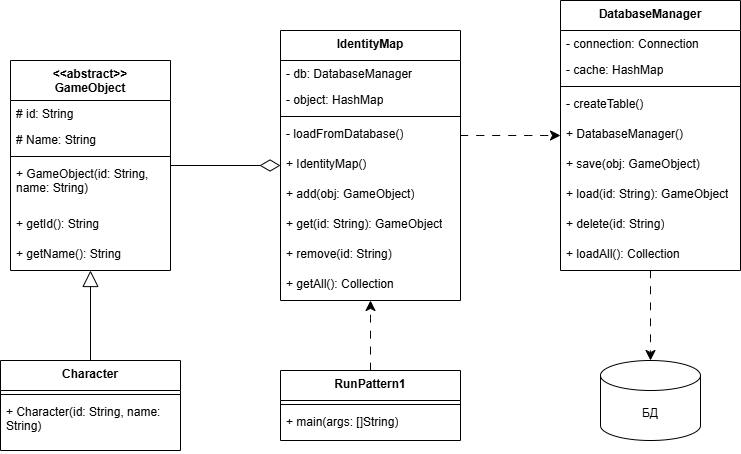
Before: lab04/коллекция_объектов.png, a diagram exported from draw.io (yakovlev20/Object-oriented-analysis-and-design-2). Source tidied: cells renumbered, new cells last; positions are measured from the earlier drawing's top-left corner, leaving out a move shared by most shapes.
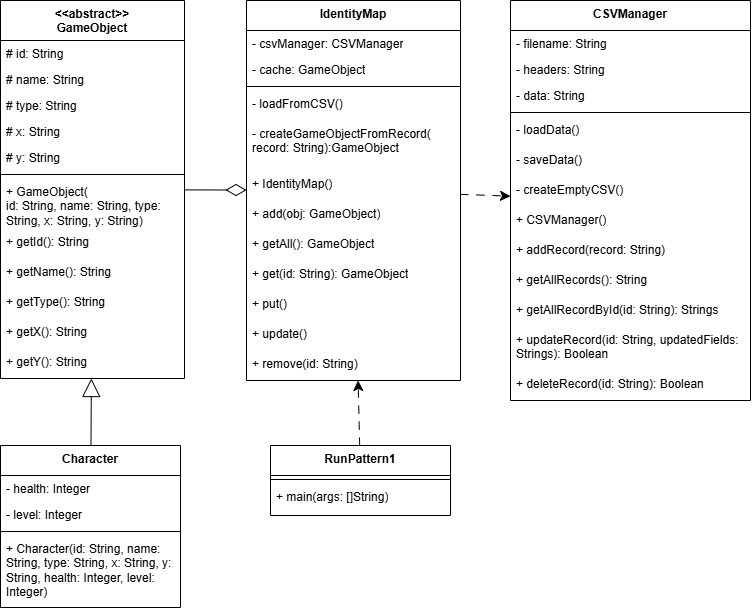
Above is the later version.

Diff of the diagram source:
```diff
@@ -6,70 +6,103 @@
       <mxGeometry relative="1" as="geometry" />
     </mxCell>
     <mxCell id="3" value="&lt;div&gt;&amp;lt;&amp;lt;abstract&amp;gt;&amp;gt;&lt;/div&gt;GameObject" style="swimlane;fontStyle=1;align=center;verticalAlign=top;horizontal=1;startSize=40;whiteSpace=wrap;html=1;" parent="1" vertex="1">
-      <mxGeometry x="10" y="60" width="160" height="210" as="geometry" />
+      <mxGeometry x="-14" y="10" width="184" height="378" as="geometry" />
     </mxCell>
     <mxCell id="4" value="# id: String" style="text;strokeColor=none;fillColor=none;align=left;verticalAlign=top;spacingLeft=4;spacingRight=4;overflow=hidden;whiteSpace=wrap;html=1;" parent="3" vertex="1">
-      <mxGeometry y="40" width="160" height="26" as="geometry" />
+      <mxGeometry y="40" width="184" height="26" as="geometry" />
     </mxCell>
-    <mxCell id="5" value="# Name: String" style="text;strokeColor=none;fillColor=none;align=left;verticalAlign=top;spacingLeft=4;spacingRight=4;overflow=hidden;whiteSpace=wrap;html=1;" parent="3" vertex="1">
-      <mxGeometry y="66" width="160" height="26" as="geometry" />
+    <mxCell id="5" value="# name: String" style="text;strokeColor=none;fillColor=none;align=left;verticalAlign=top;spacingLeft=4;spacingRight=4;overflow=hidden;whiteSpace=wrap;html=1;" parent="3" vertex="1">
+      <mxGeometry y="66" width="184" height="26" as="geometry" />
     </mxCell>
+    <mxCell id="41" value="# type: String" style="text;strokeColor=none;fillColor=none;align=left;verticalAlign=top;spacingLeft=4;spacingRight=4;overflow=hidden;whiteSpace=wrap;html=1;" parent="3" vertex="1">
+      <mxGeometry y="92" width="184" height="26" as="geometry" />
+    </mxCell>
+    <mxCell id="42" value="# x: String" style="text;strokeColor=none;fillColor=none;align=left;verticalAlign=top;spacingLeft=4;spacingRight=4;overflow=hidden;whiteSpace=wrap;html=1;" parent="3" vertex="1">
+      <mxGeometry y="118" width="184" height="26" as="geometry" />
+    </mxCell>
+    <mxCell id="43" value="# y: String" style="text;strokeColor=none;fillColor=none;align=left;verticalAlign=top;spacingLeft=4;spacingRight=4;overflow=hidden;whiteSpace=wrap;html=1;" parent="3" vertex="1">
+      <mxGeometry y="144" width="184" height="26" as="geometry" />
+    </mxCell>
     <mxCell id="6" style="line;strokeWidth=1;fillColor=none;align=left;verticalAlign=middle;spacingTop=-1;spacingLeft=3;spacingRight=3;labelPosition=right;strokeColor=inherit;" parent="3" vertex="1">
-      <mxGeometry y="92" width="160" height="8" as="geometry" />
+      <mxGeometry y="170" width="184" height="8" as="geometry" />
     </mxCell>
-    <mxCell id="7" value="+ GameObject(id: String, name: String)" style="text;strokeColor=none;fillColor=none;align=left;verticalAlign=top;spacingLeft=4;spacingRight=4;overflow=hidden;whiteSpace=wrap;html=1;" parent="3" vertex="1">
-      <mxGeometry y="100" width="160" height="50" as="geometry" />
+    <mxCell id="7" value="+ GameObject(&lt;div&gt;id: String, name: String, type: String, x: String, y: String)&lt;/div&gt;" style="text;strokeColor=none;fillColor=none;align=left;verticalAlign=top;spacingLeft=4;spacingRight=4;overflow=hidden;whiteSpace=wrap;html=1;" parent="3" vertex="1">
+      <mxGeometry y="178" width="184" height="50" as="geometry" />
     </mxCell>
     <mxCell id="8" value="+ getId(): String" style="text;strokeColor=none;fillColor=none;align=left;verticalAlign=top;spacingLeft=4;spacingRight=4;overflow=hidden;whiteSpace=wrap;html=1;" parent="3" vertex="1">
-      <mxGeometry y="150" width="160" height="30" as="geometry" />
+      <mxGeometry y="228" width="184" height="30" as="geometry" />
     </mxCell>
     <mxCell id="9" value="+ getName(): String" style="text;strokeColor=none;fillColor=none;align=left;verticalAlign=top;spacingLeft=4;spacingRight=4;overflow=hidden;whiteSpace=wrap;html=1;" parent="3" vertex="1">
-      <mxGeometry y="180" width="160" height="30" as="geometry" />
+      <mxGeometry y="258" width="184" height="30" as="geometry" />
     </mxCell>
+    <mxCell id="44" value="+ getType(): String" style="text;strokeColor=none;fillColor=none;align=left;verticalAlign=top;spacingLeft=4;spacingRight=4;overflow=hidden;whiteSpace=wrap;html=1;" parent="3" vertex="1">
+      <mxGeometry y="288" width="184" height="30" as="geometry" />
+    </mxCell>
+    <mxCell id="45" value="+ getX(): String" style="text;strokeColor=none;fillColor=none;align=left;verticalAlign=top;spacingLeft=4;spacingRight=4;overflow=hidden;whiteSpace=wrap;html=1;" parent="3" vertex="1">
+      <mxGeometry y="318" width="184" height="30" as="geometry" />
+    </mxCell>
+    <mxCell id="46" value="+ getY(): String" style="text;strokeColor=none;fillColor=none;align=left;verticalAlign=top;spacingLeft=4;spacingRight=4;overflow=hidden;whiteSpace=wrap;html=1;" parent="3" vertex="1">
+      <mxGeometry y="348" width="184" height="30" as="geometry" />
+    </mxCell>
     <mxCell id="10" value="IdentityMap" style="swimlane;fontStyle=1;align=center;verticalAlign=top;horizontal=1;startSize=30;whiteSpace=wrap;html=1;" parent="1" vertex="1">
-      <mxGeometry x="280" y="30" width="180" height="270" as="geometry" />
+      <mxGeometry x="232" y="10" width="214" height="380" as="geometry" />
     </mxCell>
-    <mxCell id="11" value="- db: DatabaseManager" style="text;strokeColor=none;fillColor=none;align=left;verticalAlign=top;spacingLeft=4;spacingRight=4;overflow=hidden;whiteSpace=wrap;html=1;" parent="10" vertex="1">
-      <mxGeometry y="30" width="180" height="26" as="geometry" />
+    <mxCell id="11" value="- csvManager: CSVManager" style="text;strokeColor=none;fillColor=none;align=left;verticalAlign=top;spacingLeft=4;spacingRight=4;overflow=hidden;whiteSpace=wrap;html=1;" parent="10" vertex="1">
+      <mxGeometry y="30" width="214" height="26" as="geometry" />
     </mxCell>
-    <mxCell id="12" value="- object: HashMap" style="text;strokeColor=none;fillColor=none;align=left;verticalAlign=top;spacingLeft=4;spacingRight=4;overflow=hidden;whiteSpace=wrap;html=1;" parent="10" vertex="1">
-      <mxGeometry y="56" width="180" height="26" as="geometry" />
+    <mxCell id="12" value="- cache: GameObject" style="text;strokeColor=none;fillColor=none;align=left;verticalAlign=top;spacingLeft=4;spacingRight=4;overflow=hidden;whiteSpace=wrap;html=1;" parent="10" vertex="1">
+      <mxGeometry y="56" width="214" height="26" as="geometry" />
     </mxCell>
     <mxCell id="13" style="line;strokeWidth=1;fillColor=none;align=left;verticalAlign=middle;spacingTop=-1;spacingLeft=3;spacingRight=3;labelPosition=right;strokeColor=inherit;" parent="10" vertex="1">
-      <mxGeometry y="82" width="180" height="8" as="geometry" />
+      <mxGeometry y="82" width="214" height="8" as="geometry" />
     </mxCell>
-    <mxCell id="14" value="- loadFromDatabase()" style="text;strokeColor=none;fillColor=none;align=left;verticalAlign=top;spacingLeft=4;spacingRight=4;overflow=hidden;points=[[0,0.5],[1,0.5]];portConstraint=eastwest;whiteSpace=wrap;html=1;" parent="10" vertex="1">
-      <mxGeometry y="90" width="180" height="30" as="geometry" />
+    <mxCell id="14" value="- loadFromCSV()" style="text;strokeColor=none;fillColor=none;align=left;verticalAlign=top;spacingLeft=4;spacingRight=4;overflow=hidden;points=[[0,0.5],[1,0.5]];portConstraint=eastwest;whiteSpace=wrap;html=1;" parent="10" vertex="1">
+      <mxGeometry y="90" width="214" height="30" as="geometry" />
     </mxCell>
+    <mxCell id="18" value="- createGameObjectFromRecord( record: String):GameObject" style="text;strokeColor=none;fillColor=none;align=left;verticalAlign=top;spacingLeft=4;spacingRight=4;overflow=hidden;whiteSpace=wrap;html=1;" parent="10" vertex="1">
+      <mxGeometry y="120" width="214" height="50" as="geometry" />
+    </mxCell>
     <mxCell id="15" value="+ IdentityMap()" style="text;strokeColor=none;fillColor=none;align=left;verticalAlign=top;spacingLeft=4;spacingRight=4;overflow=hidden;whiteSpace=wrap;html=1;" parent="10" vertex="1">
-      <mxGeometry y="120" width="180" height="30" as="geometry" />
+      <mxGeometry y="170" width="214" height="30" as="geometry" />
     </mxCell>
     <mxCell id="16" value="+ add(obj: GameObject)" style="text;strokeColor=none;fillColor=none;align=left;verticalAlign=top;spacingLeft=4;spacingRight=4;overflow=hidden;whiteSpace=wrap;html=1;" parent="10" vertex="1">
-      <mxGeometry y="150" width="180" height="30" as="geometry" />
+      <mxGeometry y="200" width="214" height="30" as="geometry" />
     </mxCell>
-    <mxCell id="17" value="+ get(id: String): GameObject" style="text;strokeColor=none;fillColor=none;align=left;verticalAlign=top;spacingLeft=4;spacingRight=4;overflow=hidden;whiteSpace=wrap;html=1;" parent="10" vertex="1">
-      <mxGeometry y="180" width="180" height="30" as="geometry" />
+    <mxCell id="17" value="+ getAll(): GameObject" style="text;strokeColor=none;fillColor=none;align=left;verticalAlign=top;spacingLeft=4;spacingRight=4;overflow=hidden;whiteSpace=wrap;html=1;" parent="10" vertex="1">
+      <mxGeometry y="230" width="214" height="30" as="geometry" />
     </mxCell>
-    <mxCell id="18" value="+ remove(id: String)" style="text;strokeColor=none;fillColor=none;align=left;verticalAlign=top;spacingLeft=4;spacingRight=4;overflow=hidden;whiteSpace=wrap;html=1;" parent="10" vertex="1">
-      <mxGeometry y="210" width="180" height="30" as="geometry" />
-    </mxCell>
-    <mxCell id="19" value="+ getAll(): Collection" style="text;strokeColor=none;fillColor=none;align=left;verticalAlign=top;spacingLeft=4;spacingRight=4;overflow=hidden;whiteSpace=wrap;html=1;" parent="10" vertex="1">
-      <mxGeometry y="240" width="180" height="30" as="geometry" />
+    <mxCell id="19" value="+ get(id: String): GameObject" style="text;strokeColor=none;fillColor=none;align=left;verticalAlign=top;spacingLeft=4;spacingRight=4;overflow=hidden;whiteSpace=wrap;html=1;" parent="10" vertex="1">
+      <mxGeometry y="260" width="214" height="30" as="geometry" />
     </mxCell>
+    <mxCell id="47" value="+ put()" style="text;strokeColor=none;fillColor=none;align=left;verticalAlign=top;spacingLeft=4;spacingRight=4;overflow=hidden;whiteSpace=wrap;html=1;" parent="10" vertex="1">
+      <mxGeometry y="290" width="214" height="30" as="geometry" />
+    </mxCell>
+    <mxCell id="48" value="+ update()" style="text;strokeColor=none;fillColor=none;align=left;verticalAlign=top;spacingLeft=4;spacingRight=4;overflow=hidden;whiteSpace=wrap;html=1;" parent="10" vertex="1">
+      <mxGeometry y="320" width="214" height="30" as="geometry" />
+    </mxCell>
+    <mxCell id="49" value="+ remove(id: String)" style="text;strokeColor=none;fillColor=none;align=left;verticalAlign=top;spacingLeft=4;spacingRight=4;overflow=hidden;whiteSpace=wrap;html=1;" parent="10" vertex="1">
+      <mxGeometry y="350" width="214" height="30" as="geometry" />
+    </mxCell>
-    <mxCell id="20" style="edgeStyle=none;curved=1;rounded=0;jettySize=auto;html=1;fontSize=12;startSize=8;endSize=14;endArrow=block;endFill=0;" parent="1" edge="1" source="21" target="3">
+    <mxCell id="20" style="edgeStyle=none;curved=1;rounded=0;jettySize=auto;html=1;fontSize=12;startSize=8;endSize=16;endArrow=block;endFill=0;" parent="1" edge="1" source="21" target="3">
       <mxGeometry relative="1" as="geometry" />
     </mxCell>
     <mxCell id="21" value="Character" style="swimlane;fontStyle=1;align=center;verticalAlign=top;horizontal=1;startSize=30;whiteSpace=wrap;html=1;" parent="1" vertex="1">
-      <mxGeometry y="360" width="180" height="90" as="geometry" />
+      <mxGeometry x="-14" y="455" width="180" height="162" as="geometry" />
     </mxCell>
+    <mxCell id="50" value="- health: Integer" style="text;strokeColor=none;fillColor=none;align=left;verticalAlign=top;spacingLeft=4;spacingRight=4;overflow=hidden;whiteSpace=wrap;html=1;" parent="21" vertex="1">
+      <mxGeometry y="30" width="180" height="26" as="geometry" />
+    </mxCell>
+    <mxCell id="51" value="- level: Integer" style="text;strokeColor=none;fillColor=none;align=left;verticalAlign=top;spacingLeft=4;spacingRight=4;overflow=hidden;whiteSpace=wrap;html=1;" parent="21" vertex="1">
+      <mxGeometry y="56" width="180" height="26" as="geometry" />
+    </mxCell>
     <mxCell id="22" style="line;strokeWidth=1;fillColor=none;align=left;verticalAlign=middle;spacingTop=-1;spacingLeft=3;spacingRight=3;labelPosition=right;strokeColor=inherit;" parent="21" vertex="1">
-      <mxGeometry y="30" width="180" height="8" as="geometry" />
+      <mxGeometry y="82" width="180" height="8" as="geometry" />
     </mxCell>
-    <mxCell id="23" value="+ Character(id: String, name: String)" style="text;strokeColor=none;fillColor=none;align=left;verticalAlign=top;spacingLeft=4;spacingRight=4;overflow=hidden;whiteSpace=wrap;html=1;" parent="21" vertex="1">
-      <mxGeometry y="38" width="180" height="52" as="geometry" />
+    <mxCell id="23" value="+ Character(id: String, name: String, type: String, x: String, y: String, health: Integer, level: Integer)" style="text;strokeColor=none;fillColor=none;align=left;verticalAlign=top;spacingLeft=4;spacingRight=4;overflow=hidden;whiteSpace=wrap;html=1;" parent="21" vertex="1">
+      <mxGeometry y="90" width="180" height="72" as="geometry" />
     </mxCell>
     <mxCell id="24" value="RunPattern1" style="swimlane;fontStyle=1;align=center;verticalAlign=top;horizontal=1;startSize=30;whiteSpace=wrap;html=1;" parent="1" vertex="1">
-      <mxGeometry x="280" y="370" width="180" height="70" as="geometry" />
+      <mxGeometry x="256" y="455" width="180" height="70" as="geometry" />
     </mxCell>
     <mxCell id="25" style="line;strokeWidth=1;fillColor=none;align=left;verticalAlign=middle;spacingTop=-1;spacingLeft=3;spacingRight=3;labelPosition=right;strokeColor=inherit;" parent="24" vertex="1">
       <mxGeometry y="30" width="180" height="8" as="geometry" />
@@ -77,47 +110,53 @@
     <mxCell id="26" value="+ main(args: []String)" style="text;strokeColor=none;fillColor=none;align=left;verticalAlign=top;spacingLeft=4;spacingRight=4;overflow=hidden;whiteSpace=wrap;html=1;" parent="24" vertex="1">
       <mxGeometry y="38" width="180" height="32" as="geometry" />
     </mxCell>
-    <mxCell id="27" style="edgeStyle=none;curved=1;rounded=0;jettySize=auto;html=1;fontSize=12;startSize=8;endSize=8;dashed=1;dashPattern=8 8;" parent="1" edge="1" source="28" target="40">
-      <mxGeometry relative="1" as="geometry" />
-    </mxCell>
-    <mxCell id="28" value="DatabaseManager" style="swimlane;fontStyle=1;align=center;verticalAlign=top;horizontal=1;startSize=30;whiteSpace=wrap;html=1;" parent="1" vertex="1">
-      <mxGeometry x="560" width="180" height="270" as="geometry" />
+    <mxCell id="28" value="CSVManager" style="swimlane;fontStyle=1;align=center;verticalAlign=top;horizontal=1;startSize=30;whiteSpace=wrap;html=1;" parent="1" vertex="1">
+      <mxGeometry x="496" y="10" width="240" height="400" as="geometry" />
     </mxCell>
-    <mxCell id="29" value="- connection: Connection" style="text;strokeColor=none;fillColor=none;align=left;verticalAlign=top;spacingLeft=4;spacingRight=4;overflow=hidden;whiteSpace=wrap;html=1;" parent="28" vertex="1">
-      <mxGeometry y="30" width="180" height="26" as="geometry" />
+    <mxCell id="29" value="- filename: String" style="text;strokeColor=none;fillColor=none;align=left;verticalAlign=top;spacingLeft=4;spacingRight=4;overflow=hidden;whiteSpace=wrap;html=1;" parent="28" vertex="1">
+      <mxGeometry y="30" width="240" height="26" as="geometry" />
     </mxCell>
-    <mxCell id="30" value="- cache: HashMap" style="text;strokeColor=none;fillColor=none;align=left;verticalAlign=top;spacingLeft=4;spacingRight=4;overflow=hidden;whiteSpace=wrap;html=1;" parent="28" vertex="1">
-      <mxGeometry y="56" width="180" height="26" as="geometry" />
+    <mxCell id="30" value="- headers: String" style="text;strokeColor=none;fillColor=none;align=left;verticalAlign=top;spacingLeft=4;spacingRight=4;overflow=hidden;whiteSpace=wrap;html=1;" parent="28" vertex="1">
+      <mxGeometry y="56" width="240" height="26" as="geometry" />
     </mxCell>
+    <mxCell id="52" value="- data: String" style="text;strokeColor=none;fillColor=none;align=left;verticalAlign=top;spacingLeft=4;spacingRight=4;overflow=hidden;whiteSpace=wrap;html=1;" parent="28" vertex="1">
+      <mxGeometry y="82" width="240" height="26" as="geometry" />
+    </mxCell>
     <mxCell id="31" style="line;strokeWidth=1;fillColor=none;align=left;verticalAlign=middle;spacingTop=-1;spacingLeft=3;spacingRight=3;labelPosition=right;strokeColor=inherit;" parent="28" vertex="1">
-      <mxGeometry y="82" width="180" height="8" as="geometry" />
+      <mxGeometry y="108" width="240" height="8" as="geometry" />
     </mxCell>
-    <mxCell id="32" value="- createTable()" style="text;strokeColor=none;fillColor=none;align=left;verticalAlign=top;spacingLeft=4;spacingRight=4;overflow=hidden;whiteSpace=wrap;html=1;" parent="28" vertex="1">
-      <mxGeometry y="90" width="180" height="30" as="geometry" />
+    <mxCell id="32" value="- loadData()" style="text;strokeColor=none;fillColor=none;align=left;verticalAlign=top;spacingLeft=4;spacingRight=4;overflow=hidden;whiteSpace=wrap;html=1;" parent="28" vertex="1">
+      <mxGeometry y="116" width="240" height="30" as="geometry" />
     </mxCell>
-    <mxCell id="33" value="+ DatabaseManager()" style="text;strokeColor=none;fillColor=none;align=left;verticalAlign=top;spacingLeft=4;spacingRight=4;overflow=hidden;whiteSpace=wrap;html=1;" parent="28" vertex="1">
-      <mxGeometry y="120" width="180" height="30" as="geometry" />
-    </mxCell>
-    <mxCell id="34" value="+ save(obj: GameObject)" style="text;strokeColor=none;fillColor=none;align=left;verticalAlign=top;spacingLeft=4;spacingRight=4;overflow=hidden;whiteSpace=wrap;html=1;" parent="28" vertex="1">
-      <mxGeometry y="150" width="180" height="30" as="geometry" />
+    <mxCell id="34" value="- saveData()" style="text;strokeColor=none;fillColor=none;align=left;verticalAlign=top;spacingLeft=4;spacingRight=4;overflow=hidden;whiteSpace=wrap;html=1;" parent="28" vertex="1">
+      <mxGeometry y="146" width="240" height="30" as="geometry" />
     </mxCell>
-    <mxCell id="35" value="+ load(id: String): GameObject" style="text;strokeColor=none;fillColor=none;align=left;verticalAlign=top;spacingLeft=4;spacingRight=4;overflow=hidden;whiteSpace=wrap;html=1;" parent="28" vertex="1">
-      <mxGeometry y="180" width="180" height="30" as="geometry" />
+    <mxCell id="35" value="- createEmptyCSV()" style="text;strokeColor=none;fillColor=none;align=left;verticalAlign=top;spacingLeft=4;spacingRight=4;overflow=hidden;whiteSpace=wrap;html=1;" parent="28" vertex="1">
+      <mxGeometry y="176" width="240" height="30" as="geometry" />
     </mxCell>
+    <mxCell id="33" value="+ CSVManager()" style="text;strokeColor=none;fillColor=none;align=left;verticalAlign=top;spacingLeft=4;spacingRight=4;overflow=hidden;whiteSpace=wrap;html=1;" parent="28" vertex="1">
+      <mxGeometry y="206" width="240" height="30" as="geometry" />
+    </mxCell>
-    <mxCell id="36" value="+ delete(id: String)" style="text;strokeColor=none;fillColor=none;align=left;verticalAlign=top;spacingLeft=4;spacingRight=4;overflow=hidden;whiteSpace=wrap;html=1;" parent="28" vertex="1">
-      <mxGeometry y="210" width="180" height="30" as="geometry" />
+    <mxCell id="36" value="+ addRecord(record: String)" style="text;strokeColor=none;fillColor=none;align=left;verticalAlign=top;spacingLeft=4;spacingRight=4;overflow=hidden;whiteSpace=wrap;html=1;" parent="28" vertex="1">
+      <mxGeometry y="236" width="240" height="30" as="geometry" />
     </mxCell>
-    <mxCell id="37" value="+ loadAll(): Collection" style="text;strokeColor=none;fillColor=none;align=left;verticalAlign=top;spacingLeft=4;spacingRight=4;overflow=hidden;whiteSpace=wrap;html=1;" parent="28" vertex="1">
-      <mxGeometry y="240" width="180" height="30" as="geometry" />
+    <mxCell id="37" value="+ getAllRecords(): String" style="text;strokeColor=none;fillColor=none;align=left;verticalAlign=top;spacingLeft=4;spacingRight=4;overflow=hidden;whiteSpace=wrap;html=1;" parent="28" vertex="1">
+      <mxGeometry y="266" width="240" height="30" as="geometry" />
     </mxCell>
+    <mxCell id="53" value="+ getAllRecordById(id: String): Strings" style="text;strokeColor=none;fillColor=none;align=left;verticalAlign=top;spacingLeft=4;spacingRight=4;overflow=hidden;whiteSpace=wrap;html=1;" parent="28" vertex="1">
+      <mxGeometry y="296" width="240" height="30" as="geometry" />
+    </mxCell>
+    <mxCell id="54" value="+ updateRecord(id: String, updatedFields: Strings): Boolean" style="text;strokeColor=none;fillColor=none;align=left;verticalAlign=top;spacingLeft=4;spacingRight=4;overflow=hidden;whiteSpace=wrap;html=1;" parent="28" vertex="1">
+      <mxGeometry y="326" width="240" height="44" as="geometry" />
+    </mxCell>
+    <mxCell id="55" value="+ deleteRecord(id: String): Boolean" style="text;strokeColor=none;fillColor=none;align=left;verticalAlign=top;spacingLeft=4;spacingRight=4;overflow=hidden;whiteSpace=wrap;html=1;" parent="28" vertex="1">
+      <mxGeometry y="370" width="240" height="30" as="geometry" />
+    </mxCell>
-    <mxCell id="38" style="edgeStyle=none;curved=1;rounded=0;jettySize=auto;html=1;fontSize=12;startSize=8;endSize=8;dashed=1;dashPattern=8 8;" parent="1" edge="1" source="14" target="28">
+    <mxCell id="38" style="edgeStyle=none;curved=1;rounded=0;jettySize=auto;html=1;fontSize=12;startSize=8;endSize=8;dashed=1;dashPattern=8 8;" parent="1" edge="1" source="10" target="28">
       <mxGeometry relative="1" as="geometry" />
     </mxCell>
     <mxCell id="39" style="edgeStyle=none;curved=1;rounded=0;jettySize=auto;html=1;fontSize=12;startSize=8;endSize=8;dashed=1;dashPattern=8 8;" parent="1" edge="1" source="24" target="10">
       <mxGeometry relative="1" as="geometry" />
     </mxCell>
-    <mxCell id="40" value="БД" style="shape=cylinder3;whiteSpace=wrap;html=1;boundedLbl=1;backgroundOutline=1;size=15;" parent="1" vertex="1">
-      <mxGeometry x="600" y="360" width="100" height="80" as="geometry" />
-    </mxCell>
   </root>
 </mxGraphModel>
```
